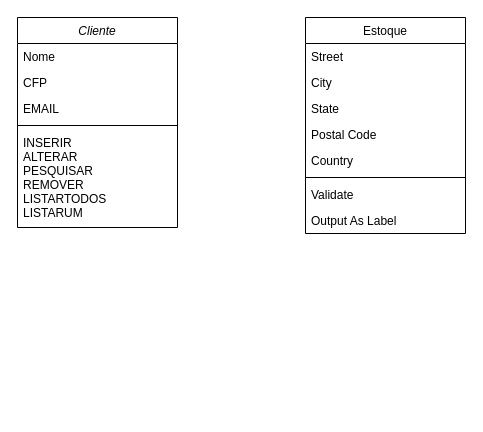
AlecrimLunar/Banco-de-dados-Livraria keeps this draw.io diagram as Documentação/UML_Primeira_Parte.drawio. Above is the earlier version. Source tidied: cells renumbered, new cells numbered last; positions are measured from the earlier drawing's top-left corner, leaving out a move shared by most shapes. Both pictures are drawn from the tidied source at 100%, with x=0, y=0 at pixel (17, 17).
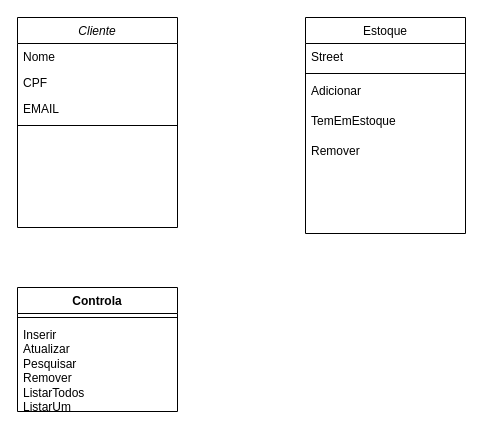
The same diagram, later.

What changed in the source:
```diff
@@
 <mxGraphModel>
   <root>
     <mxCell id="0" />
     <mxCell id="1" parent="0" />
     <mxCell id="2" value="Cliente" style="swimlane;fontStyle=2;align=center;verticalAlign=top;horizontal=1;startSize=26;rounded=0;shadow=0;strokeWidth=1;" parent="1" vertex="1">
       <mxGeometry width="160" height="210" as="geometry" />
     </mxCell>
     <mxCell id="3" value="Nome" style="text;align=left;verticalAlign=top;spacingLeft=4;spacingRight=4;overflow=hidden;" parent="2" vertex="1">
       <mxGeometry y="26" width="160" height="26" as="geometry" />
     </mxCell>
-    <mxCell id="4" value="CFP" style="text;align=left;verticalAlign=top;spacingLeft=4;spacingRight=4;overflow=hidden;rounded=0;shadow=0;html=0;" parent="2" vertex="1">
+    <mxCell id="4" value="CPF" style="text;align=left;verticalAlign=top;spacingLeft=4;spacingRight=4;overflow=hidden;rounded=0;shadow=0;html=0;" parent="2" vertex="1">
       <mxGeometry y="52" width="160" height="26" as="geometry" />
     </mxCell>
     <mxCell id="5" value="EMAIL" style="text;align=left;verticalAlign=top;spacingLeft=4;spacingRight=4;overflow=hidden;rounded=0;shadow=0;html=0;" parent="2" vertex="1">
       <mxGeometry y="78" width="160" height="26" as="geometry" />
     </mxCell>
     <mxCell id="6" style="line;html=1;strokeWidth=1;align=left;verticalAlign=middle;spacingTop=-1;spacingLeft=3;spacingRight=3;labelPosition=right;" parent="2" vertex="1">
       <mxGeometry y="104" width="160" height="8" as="geometry" />
     </mxCell>
-    <mxCell id="7" value="INSERIR&#10;ALTERAR&#10;PESQUISAR&#10;REMOVER&#10;LISTARTODOS&#10;LISTARUM" style="text;align=left;verticalAlign=top;spacingLeft=4;spacingRight=4;overflow=hidden;" parent="2" vertex="1">
-      <mxGeometry y="112" width="160" height="98" as="geometry" />
-    </mxCell>
     <mxCell id="8" value="Estoque" style="swimlane;fontStyle=0;align=center;verticalAlign=top;horizontal=1;startSize=26;rounded=0;shadow=0;strokeWidth=1;" parent="1" vertex="1">
       <mxGeometry x="288" width="160" height="216" as="geometry" />
     </mxCell>
     <mxCell id="9" value="Street" style="text;align=left;verticalAlign=top;spacingLeft=4;spacingRight=4;overflow=hidden;" parent="8" vertex="1">
       <mxGeometry y="26" width="160" height="26" as="geometry" />
     </mxCell>
-    <mxCell id="10" value="City" style="text;align=left;verticalAlign=top;spacingLeft=4;spacingRight=4;overflow=hidden;rounded=0;shadow=0;html=0;" parent="8" vertex="1">
-      <mxGeometry y="52" width="160" height="26" as="geometry" />
-    </mxCell>
-    <mxCell id="11" value="State" style="text;align=left;verticalAlign=top;spacingLeft=4;spacingRight=4;overflow=hidden;rounded=0;shadow=0;html=0;" parent="8" vertex="1">
-      <mxGeometry y="78" width="160" height="26" as="geometry" />
-    </mxCell>
-    <mxCell id="12" value="Postal Code" style="text;align=left;verticalAlign=top;spacingLeft=4;spacingRight=4;overflow=hidden;rounded=0;shadow=0;html=0;" parent="8" vertex="1">
-      <mxGeometry y="104" width="160" height="26" as="geometry" />
-    </mxCell>
-    <mxCell id="13" value="Country" style="text;align=left;verticalAlign=top;spacingLeft=4;spacingRight=4;overflow=hidden;rounded=0;shadow=0;html=0;" parent="8" vertex="1">
-      <mxGeometry y="130" width="160" height="26" as="geometry" />
-    </mxCell>
     <mxCell id="14" style="line;html=1;strokeWidth=1;align=left;verticalAlign=middle;spacingTop=-1;spacingLeft=3;spacingRight=3;labelPosition=right;" parent="8" vertex="1">
-      <mxGeometry y="156" width="160" height="8" as="geometry" />
+      <mxGeometry y="52" width="160" height="8" as="geometry" />
     </mxCell>
-    <mxCell id="15" value="Validate" style="text;align=left;verticalAlign=top;spacingLeft=4;spacingRight=4;overflow=hidden;" parent="8" vertex="1">
-      <mxGeometry y="164" width="160" height="26" as="geometry" />
-    </mxCell>
-    <mxCell id="16" value="Output As Label" style="text;align=left;verticalAlign=top;spacingLeft=4;spacingRight=4;overflow=hidden;" parent="8" vertex="1">
-      <mxGeometry y="190" width="160" height="26" as="geometry" />
+    <mxCell id="16" value="Adicionar&#10;" style="text;align=left;verticalAlign=top;spacingLeft=4;spacingRight=4;overflow=hidden;" parent="8" vertex="1">
+      <mxGeometry y="60" width="160" height="30" as="geometry" />
     </mxCell>
+    <mxCell id="17" value="TemEmEstoque" style="text;align=left;verticalAlign=top;spacingLeft=4;spacingRight=4;overflow=hidden;" parent="8" vertex="1">
+      <mxGeometry y="90" width="160" height="30" as="geometry" />
+    </mxCell>
+    <mxCell id="18" value="Remover" style="text;align=left;verticalAlign=top;spacingLeft=4;spacingRight=4;overflow=hidden;" parent="8" vertex="1">
+      <mxGeometry y="120" width="160" height="30" as="geometry" />
+    </mxCell>
+    <mxCell id="19" value="Controla" style="swimlane;fontStyle=1;align=center;verticalAlign=top;horizontal=1;startSize=26;whiteSpace=wrap;html=1;" parent="1" vertex="1">
+      <mxGeometry y="270" width="160" height="124" as="geometry" />
+    </mxCell>
+    <mxCell id="20" style="line;strokeWidth=1;fillColor=none;align=left;verticalAlign=middle;spacingTop=-1;spacingLeft=3;spacingRight=3;labelPosition=right;strokeColor=inherit;" parent="19" vertex="1">
+      <mxGeometry y="26" width="160" height="8" as="geometry" />
+    </mxCell>
+    <mxCell id="21" value="Inserir&lt;br&gt;Atualizar&lt;br&gt;Pesquisar&lt;br&gt;Remover&lt;br&gt;ListarTodos&lt;br&gt;ListarUm" style="text;strokeColor=none;fillColor=none;align=left;verticalAlign=top;spacingLeft=4;spacingRight=4;overflow=hidden;whiteSpace=wrap;html=1;" parent="19" vertex="1">
+      <mxGeometry y="34" width="160" height="90" as="geometry" />
+    </mxCell>
   </root>
 </mxGraphModel>
```
